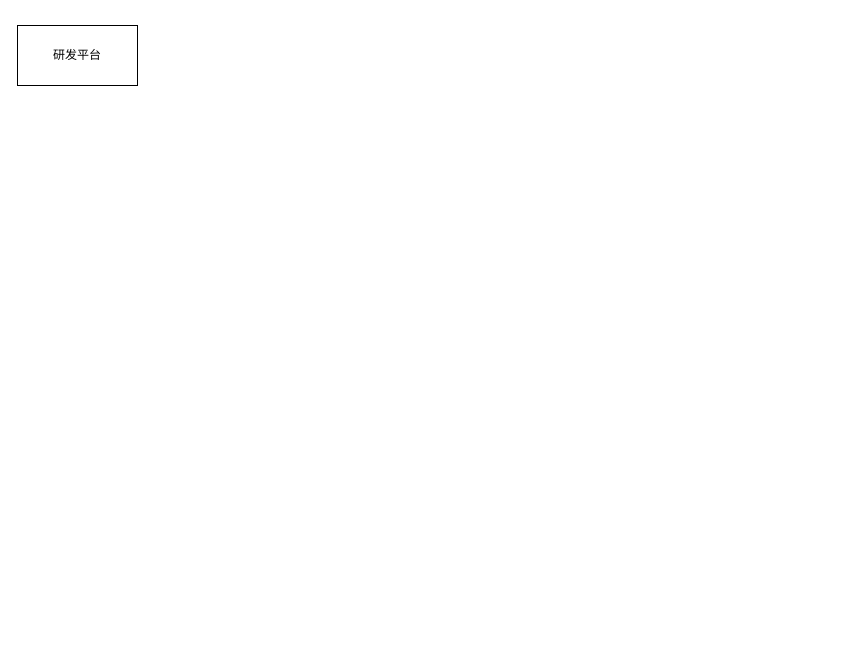
Earlier version of the draw.io diagram netty运维平台联动.drawio (leafimmortal/my-drawio). Source tidied: cells renumbered, new cells numbered last; positions are measured from the earlier drawing's top-left corner, leaving out a move shared by most shapes. Both pictures are drawn from the tidied source at 100%, with x=0, y=0 at pixel (17, 25).
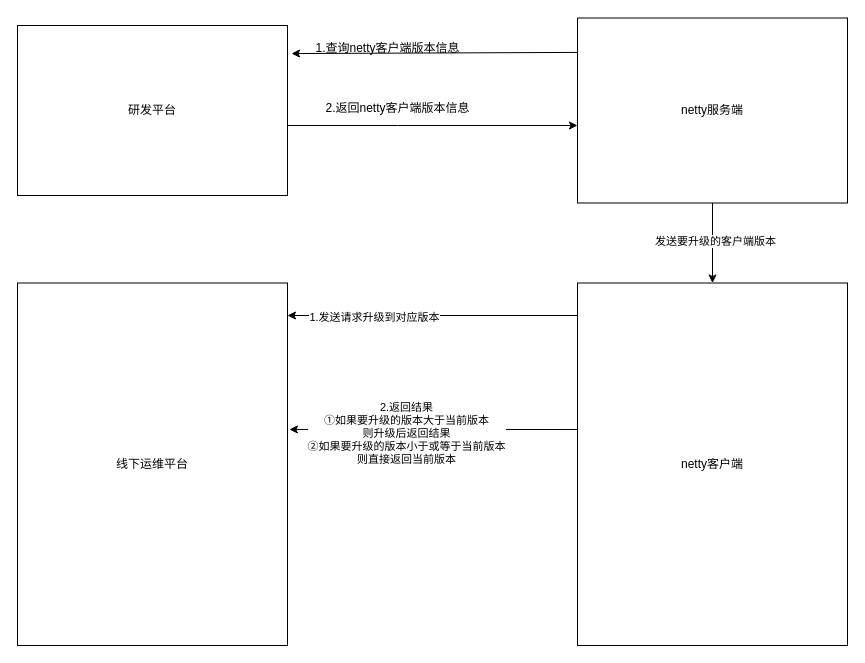
Above is the later version.

Commit message (it also covers changes not shown here):
更新netty运维平台联动.drawio

What changed in the source:
```diff
@@
+    <mxCell id="3" style="edgeStyle=orthogonalEdgeStyle;rounded=0;jettySize=auto;html=1;" parent="1" edge="1" source="2" target="6">
+      <mxGeometry relative="1" as="geometry">
+        <Array as="points">
+          <mxPoint x="380" y="100" />
+          <mxPoint x="380" y="100" />
+        </Array>
+      </mxGeometry>
+    </mxCell>
     <mxCell id="2" value="研发平台" style="rounded=0;whiteSpace=wrap;html=1;" parent="1" vertex="1">
-      <mxGeometry width="120" height="60" as="geometry" />
+      <mxGeometry width="270" height="170" as="geometry" />
     </mxCell>
+    <mxCell id="4" style="edgeStyle=orthogonalEdgeStyle;rounded=0;jettySize=auto;html=1;" parent="1" edge="1" source="6" target="9">
+      <mxGeometry relative="1" as="geometry" />
+    </mxCell>
+    <mxCell id="5" value="发送要升级的客户端版本" style="edgeLabel;html=1;align=center;verticalAlign=middle;" parent="4" vertex="1">
+      <mxGeometry x="-0.06" y="2" relative="1" as="geometry" />
+    </mxCell>
+    <mxCell id="6" value="netty服务端" style="rounded=0;whiteSpace=wrap;html=1;" parent="1" vertex="1">
+      <mxGeometry x="560" y="-7.5" width="270" height="185" as="geometry" />
+    </mxCell>
+    <mxCell id="7" style="edgeStyle=orthogonalEdgeStyle;rounded=0;jettySize=auto;html=1;" parent="1" edge="1" source="9" target="10">
+      <mxGeometry relative="1" as="geometry">
+        <Array as="points">
+          <mxPoint x="410" y="290" />
+          <mxPoint x="410" y="290" />
+        </Array>
+      </mxGeometry>
+    </mxCell>
+    <mxCell id="8" value="1.发送请求升级到对应版本" style="edgeLabel;html=1;align=center;verticalAlign=middle;" parent="7" vertex="1">
+      <mxGeometry x="0.41" y="1" relative="1" as="geometry" />
+    </mxCell>
+    <mxCell id="9" value="netty客户端" style="rounded=0;whiteSpace=wrap;html=1;" parent="1" vertex="1">
+      <mxGeometry x="560" y="257.5" width="270" height="362.5" as="geometry" />
+    </mxCell>
+    <mxCell id="10" value="线下运维平台" style="rounded=0;whiteSpace=wrap;html=1;" parent="1" vertex="1">
+      <mxGeometry y="257.5" width="270" height="362.5" as="geometry" />
+    </mxCell>
+    <mxCell id="11" style="endArrow=classic;html=1;rounded=0;exitX=0;exitY=0.186;exitDx=0;exitDy=0;exitPerimeter=0;entryX=1.015;entryY=0.165;entryDx=0;entryDy=0;entryPerimeter=0;" parent="1" edge="1" source="6" target="2">
+      <mxGeometry relative="1" as="geometry" />
+    </mxCell>
+    <mxCell id="12" value="1.查询netty客户端版本信息" style="text;html=1;align=center;verticalAlign=middle;strokeColor=none;fillColor=none;" parent="1" vertex="1">
+      <mxGeometry x="285" y="8" width="170" height="30" as="geometry" />
+    </mxCell>
+    <mxCell id="13" value="2.返回netty客户端版本信息" style="text;html=1;align=center;verticalAlign=middle;strokeColor=none;fillColor=none;" parent="1" vertex="1">
+      <mxGeometry x="295" y="68" width="170" height="30" as="geometry" />
+    </mxCell>
+    <mxCell id="14" style="endArrow=classic;html=1;rounded=0;entryX=1.007;entryY=0.404;entryDx=0;entryDy=0;entryPerimeter=0;" parent="1" edge="1" target="10">
+      <mxGeometry relative="1" as="geometry">
+        <mxPoint x="560" y="404" as="sourcePoint" />
+      </mxGeometry>
+    </mxCell>
+    <mxCell id="15" value="2.返回结果&lt;br&gt;①如果要升级的版本大于当前版本&lt;br&gt;则升级后返回结果&lt;div&gt;②如果要升级的版本小于或等于当前版本&lt;br&gt;则直接返回当前版本&lt;/div&gt;" style="edgeLabel;html=1;align=center;verticalAlign=middle;" parent="14" vertex="1">
+      <mxGeometry x="0.4" y="4" relative="1" as="geometry">
+        <mxPoint x="31" as="offset" />
+      </mxGeometry>
+    </mxCell>
```
